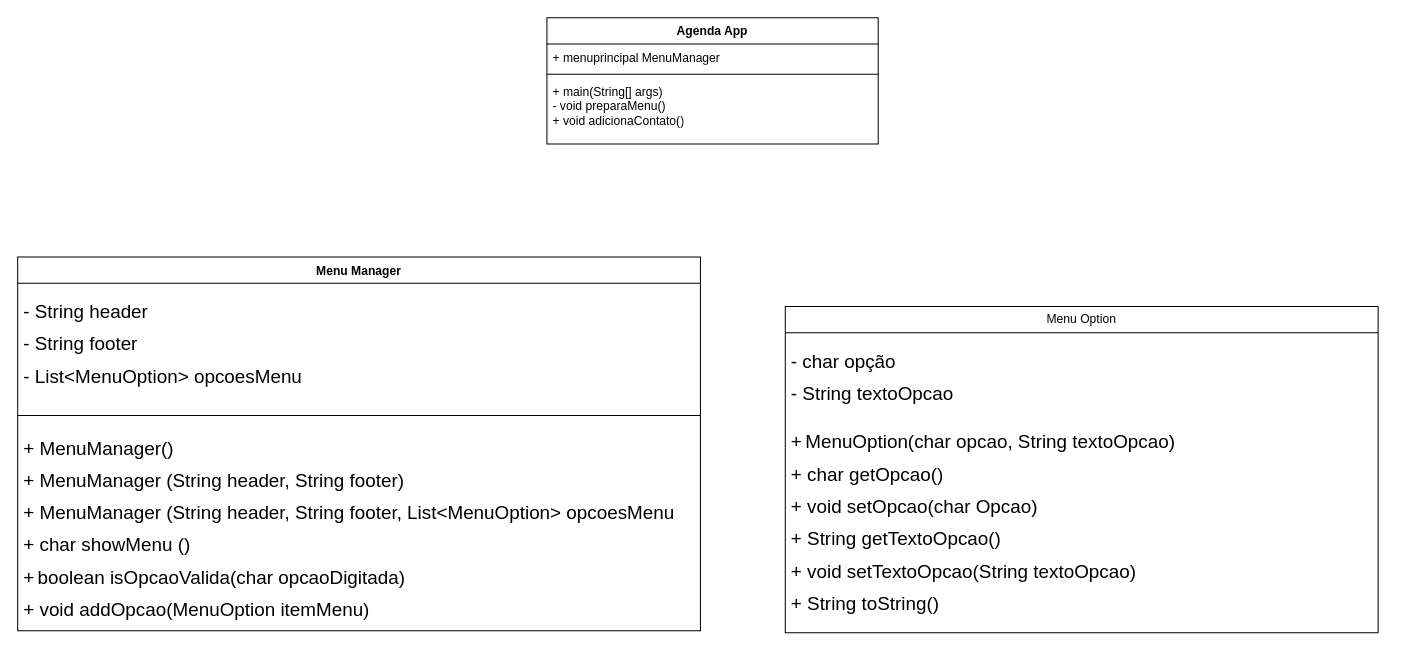
Before: Diagrama sem nome.drawio in ogladiruhtra/POO-AgendaApp, a draw.io diagram. Source tidied: cells renumbered, new cells numbered last; positions are measured from the earlier drawing's top-left corner, leaving out a move shared by most shapes. Both pictures are drawn from the tidied source at 101%, with x=0, y=0 at pixel (17, 17).
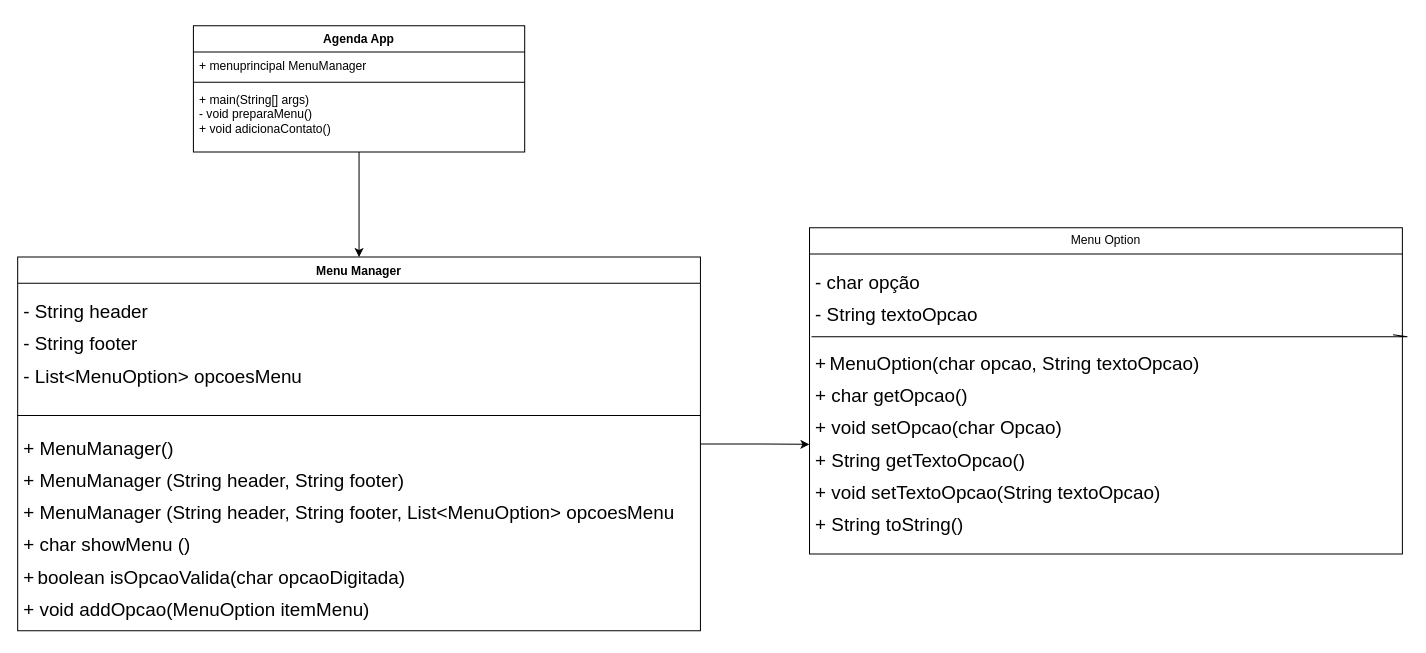
After the change.

The edit, as a diff of the source:
```diff
@@
 <mxGraphModel>
   <root>
     <mxCell id="0" />
     <mxCell id="1" parent="0" />
+    <mxCell id="13" style="edgeStyle=orthogonalEdgeStyle;rounded=0;jettySize=auto;html=1;" parent="1" edge="1" source="2" target="6">
+      <mxGeometry relative="1" as="geometry" />
+    </mxCell>
     <mxCell id="2" value="Agenda App" style="swimlane;fontStyle=1;align=center;verticalAlign=top;horizontal=1;startSize=26;whiteSpace=wrap;html=1;" parent="1" vertex="1">
-      <mxGeometry x="524" width="328" height="125" as="geometry" />
+      <mxGeometry x="174" y="8" width="328" height="125" as="geometry" />
     </mxCell>
     <mxCell id="3" value="+ menuprincipal MenuManager" style="text;strokeColor=none;fillColor=none;align=left;verticalAlign=top;spacingLeft=4;spacingRight=4;overflow=hidden;whiteSpace=wrap;html=1;" parent="2" vertex="1">
       <mxGeometry y="26" width="328" height="26" as="geometry" />
     </mxCell>
     <mxCell id="4" style="line;strokeWidth=1;fillColor=none;align=left;verticalAlign=middle;spacingTop=-1;spacingLeft=3;spacingRight=3;labelPosition=right;strokeColor=inherit;" parent="2" vertex="1">
       <mxGeometry y="52" width="328" height="8" as="geometry" />
     </mxCell>
     <mxCell id="5" value="+ main(String[] args)&lt;div&gt;- void preparaMenu()&lt;/div&gt;&lt;div&gt;+ void adicionaContato()&lt;/div&gt;" style="text;strokeColor=none;fillColor=none;align=left;verticalAlign=top;spacingLeft=4;spacingRight=4;overflow=hidden;whiteSpace=wrap;html=1;" parent="2" vertex="1">
       <mxGeometry y="60" width="328" height="65" as="geometry" />
     </mxCell>
+    <mxCell id="14" style="edgeStyle=orthogonalEdgeStyle;rounded=0;jettySize=auto;html=1;" parent="1" edge="1" source="6" target="12">
+      <mxGeometry relative="1" as="geometry" />
+    </mxCell>
     <mxCell id="6" value="Menu Manager" style="swimlane;fontStyle=1;align=center;verticalAlign=top;horizontal=1;startSize=26;whiteSpace=wrap;html=1;" parent="1" vertex="1">
       <mxGeometry y="237" width="676" height="370" as="geometry" />
     </mxCell>
     <mxCell id="7" value="&lt;p class=&quot;MsoNormal&quot;&gt;&lt;span style=&quot;font-size:14.0pt;line-height:107%&quot;&gt;- String header&lt;/span&gt;&lt;/p&gt;&lt;p class=&quot;MsoNormal&quot;&gt;&lt;span style=&quot;font-size:14.0pt;line-height:107%&quot;&gt;- String footer&lt;/span&gt;&lt;/p&gt;&lt;span style=&quot;font-size:14.0pt;line-height:107%;font-family:&amp;quot;Calibri&amp;quot;,sans-serif;&lt;br/&gt;mso-ascii-theme-font:minor-latin;mso-fareast-font-family:Calibri;mso-fareast-theme-font:&lt;br/&gt;minor-latin;mso-hansi-theme-font:minor-latin;mso-bidi-font-family:&amp;quot;Times New Roman&amp;quot;;&lt;br/&gt;mso-bidi-theme-font:minor-bidi;mso-ansi-language:PT-BR;mso-fareast-language:&lt;br/&gt;EN-US;mso-bidi-language:AR-SA&quot;&gt;- List&amp;lt;MenuOption&amp;gt; opcoesMenu&lt;/span&gt;" style="text;strokeColor=none;fillColor=none;align=left;verticalAlign=top;spacingLeft=4;spacingRight=4;overflow=hidden;whiteSpace=wrap;html=1;" parent="6" vertex="1">
       <mxGeometry y="26" width="676" height="127" as="geometry" />
     </mxCell>
     <mxCell id="8" style="line;strokeWidth=1;fillColor=none;align=left;verticalAlign=middle;spacingTop=-1;spacingLeft=3;spacingRight=3;labelPosition=right;strokeColor=inherit;" parent="6" vertex="1">
       <mxGeometry y="153" width="676" height="8" as="geometry" />
     </mxCell>
     <mxCell id="9" value="&lt;p class=&quot;MsoNormal&quot;&gt;&lt;span style=&quot;font-size:14.0pt;line-height:107%&quot;&gt;+ MenuManager()&lt;/span&gt;&lt;/p&gt;&lt;p class=&quot;MsoNormal&quot;&gt;&lt;span style=&quot;font-size:14.0pt;line-height:107%&quot;&gt;+ MenuManager (String header, String footer)&lt;/span&gt;&lt;/p&gt;&lt;p class=&quot;MsoNormal&quot;&gt;&lt;span style=&quot;font-size:14.0pt;line-height:107%&quot;&gt;+ MenuManager (String header, String footer, List&amp;lt;MenuOption&amp;gt; opcoesMenu&lt;/span&gt;&lt;/p&gt;&lt;p class=&quot;MsoNormal&quot;&gt;&lt;span style=&quot;font-size:14.0pt;line-height:107%&quot;&gt;+ char showMenu ()&lt;/span&gt;&lt;/p&gt;&lt;p class=&quot;MsoNormal&quot;&gt;&lt;span style=&quot;font-size:14.0pt;line-height:107%&quot;&gt;+&lt;/span&gt; &lt;span style=&quot;font-size:14.0pt;line-height:107%&quot;&gt;boolean isOpcaoValida(char opcaoDigitada)&lt;/span&gt;&lt;/p&gt;&lt;span style=&quot;font-size:14.0pt;line-height:107%;font-family:&amp;quot;Calibri&amp;quot;,sans-serif;&lt;br/&gt;mso-ascii-theme-font:minor-latin;mso-fareast-font-family:Calibri;mso-fareast-theme-font:&lt;br/&gt;minor-latin;mso-hansi-theme-font:minor-latin;mso-bidi-font-family:&amp;quot;Times New Roman&amp;quot;;&lt;br/&gt;mso-bidi-theme-font:minor-bidi;mso-ansi-language:PT-BR;mso-fareast-language:&lt;br/&gt;EN-US;mso-bidi-language:AR-SA&quot;&gt;+ void addOpcao(MenuOption itemMenu)&lt;/span&gt;" style="text;strokeColor=none;fillColor=none;align=left;verticalAlign=top;spacingLeft=4;spacingRight=4;overflow=hidden;whiteSpace=wrap;html=1;" parent="6" vertex="1">
       <mxGeometry y="161" width="676" height="209" as="geometry" />
     </mxCell>
     <mxCell id="10" value="Menu Option" style="swimlane;fontStyle=0;horizontal=1;startSize=26;fillColor=none;whiteSpace=wrap;html=1;" parent="1" vertex="1">
-      <mxGeometry x="760" y="286" width="587" height="323" as="geometry" />
+      <mxGeometry x="784" y="208" width="587" height="323" as="geometry" />
     </mxCell>
+    <mxCell id="15" style="endArrow=none;html=1;rounded=0;" parent="10" edge="1" target="11">
+      <mxGeometry relative="1" as="geometry">
+        <mxPoint x="2" y="108" as="sourcePoint" />
+        <Array as="points">
+          <mxPoint x="434" y="108" />
+          <mxPoint x="592" y="108" />
+        </Array>
+      </mxGeometry>
+    </mxCell>
     <mxCell id="11" value="&lt;p class=&quot;MsoNormal&quot;&gt;&lt;span style=&quot;font-size:14.0pt;line-height:107%&quot;&gt;- char opção&lt;/span&gt;&lt;/p&gt;&lt;span style=&quot;font-size:14.0pt;line-height:107%;font-family:&amp;quot;Calibri&amp;quot;,sans-serif;&lt;br/&gt;mso-ascii-theme-font:minor-latin;mso-fareast-font-family:Calibri;mso-fareast-theme-font:&lt;br/&gt;minor-latin;mso-hansi-theme-font:minor-latin;mso-bidi-font-family:&amp;quot;Times New Roman&amp;quot;;&lt;br/&gt;mso-bidi-theme-font:minor-bidi;mso-ansi-language:PT-BR;mso-fareast-language:&lt;br/&gt;EN-US;mso-bidi-language:AR-SA&quot;&gt;- String textoOpcao&lt;/span&gt;" style="text;strokeColor=none;fillColor=none;align=left;verticalAlign=top;spacingLeft=4;spacingRight=4;overflow=hidden;points=[[0,0.5],[1,0.5]];portConstraint=eastwest;whiteSpace=wrap;html=1;" parent="10" vertex="1">
       <mxGeometry y="26" width="587" height="80" as="geometry" />
     </mxCell>
     <mxCell id="12" value="&lt;p class=&quot;MsoNormal&quot;&gt;&lt;span style=&quot;font-size:14.0pt;line-height:107%&quot;&gt;+&lt;/span&gt; &lt;span style=&quot;font-size:14.0pt;line-height:107%&quot;&gt;MenuOption(char opcao, String textoOpcao)&lt;/span&gt;&lt;/p&gt;&lt;p class=&quot;MsoNormal&quot;&gt;&lt;span style=&quot;font-size:14.0pt;line-height:107%&quot;&gt;+ char getOpcao()&lt;/span&gt;&lt;/p&gt;&lt;p class=&quot;MsoNormal&quot;&gt;&lt;span style=&quot;font-size:14.0pt;line-height:107%&quot;&gt;+ void setOpcao(char Opcao)&lt;/span&gt;&lt;/p&gt;&lt;p class=&quot;MsoNormal&quot;&gt;&lt;span style=&quot;font-size:14.0pt;line-height:107%&quot;&gt;+ String getTextoOpcao()&lt;/span&gt;&lt;/p&gt;&lt;p class=&quot;MsoNormal&quot;&gt;&lt;span style=&quot;font-size:14.0pt;line-height:107%&quot;&gt;+ void setTextoOpcao(String textoOpcao)&lt;/span&gt;&lt;/p&gt;&lt;span style=&quot;font-size:14.0pt;line-height:107%;font-family:&amp;quot;Calibri&amp;quot;,sans-serif;&lt;br/&gt;mso-ascii-theme-font:minor-latin;mso-fareast-font-family:Calibri;mso-fareast-theme-font:&lt;br/&gt;minor-latin;mso-hansi-theme-font:minor-latin;mso-bidi-font-family:&amp;quot;Times New Roman&amp;quot;;&lt;br/&gt;mso-bidi-theme-font:minor-bidi;mso-ansi-language:PT-BR;mso-fareast-language:&lt;br/&gt;EN-US;mso-bidi-language:AR-SA&quot;&gt;+ String toString()&lt;/span&gt;" style="text;strokeColor=none;fillColor=none;align=left;verticalAlign=top;spacingLeft=4;spacingRight=4;overflow=hidden;points=[[0,0.5],[1,0.5]];portConstraint=eastwest;whiteSpace=wrap;html=1;" parent="10" vertex="1">
       <mxGeometry y="106" width="587" height="217" as="geometry" />
     </mxCell>
   </root>
 </mxGraphModel>
```
